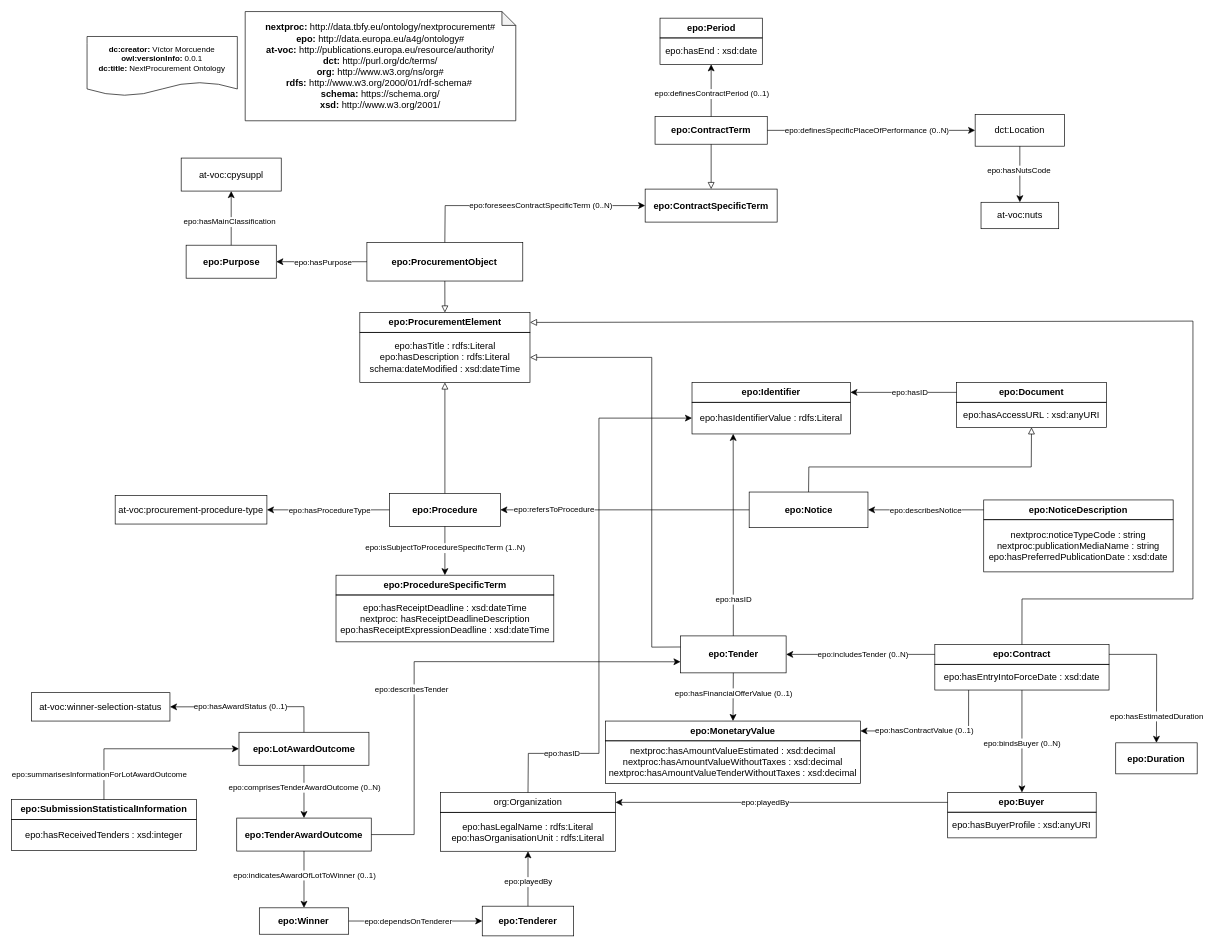
Before: Outsiders Diagram.drawio in nextprocurement/mappings, a draw.io diagram. Source tidied: cells renumbered, new cells numbered last; positions are measured from the earlier drawing's top-left corner, leaving out a move shared by most shapes. Both pictures are drawn from the tidied source at 66%, with x=0, y=0 at pixel (11, 11).
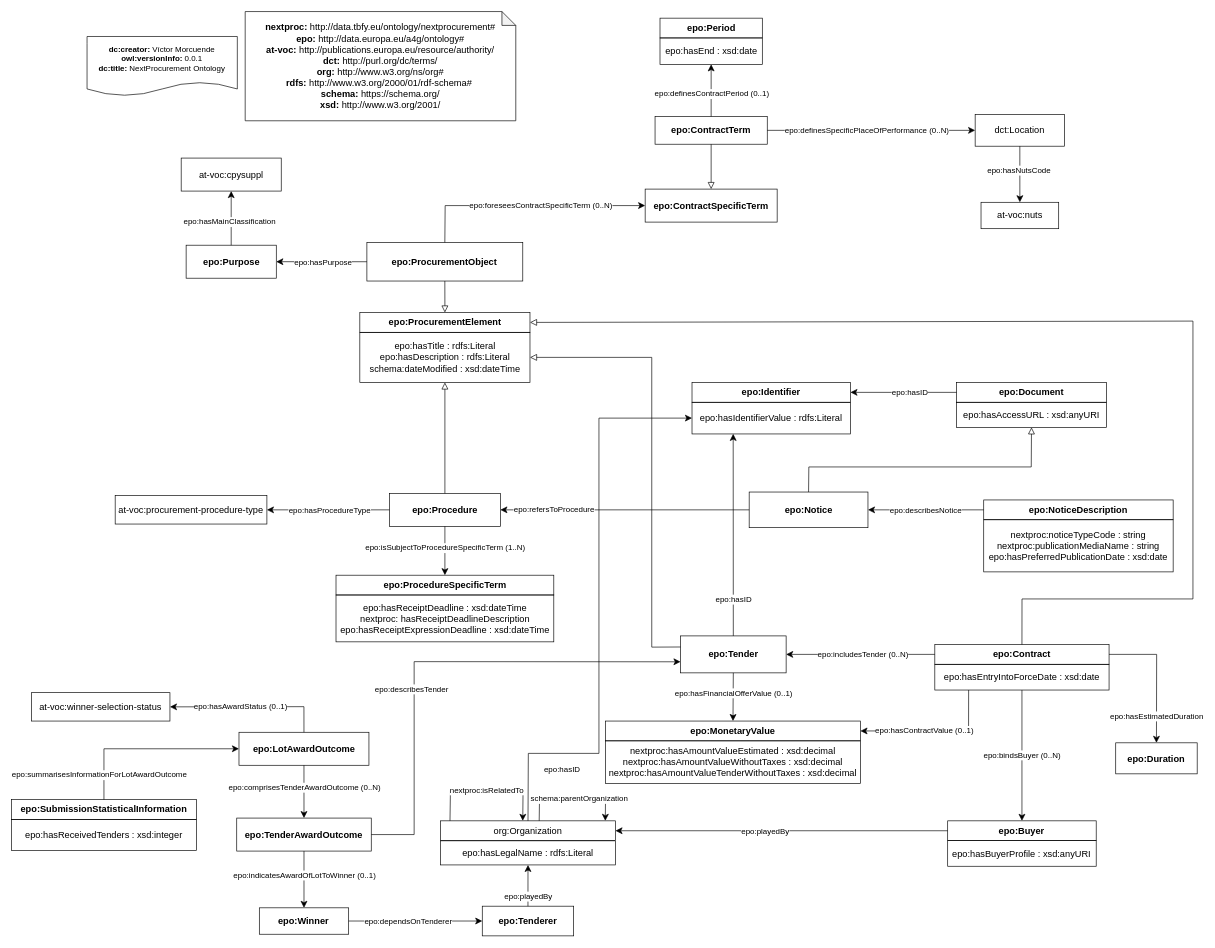
Above is the later version.

Unchanged cells that the change refers to:
```xml
<mxCell id="89" style="endArrow=classic;html=1;endSize=8;arcSize=0;rounded=0;exitX=0.5;exitY=0;exitDx=0;exitDy=0;entryX=0.5;entryY=1;entryDx=0;entryDy=0;" parent="1" edge="1" source="84" target="88">
  <mxGeometry relative="1" as="geometry" />
</mxCell>
```

Diff of the diagram source:
```diff
@@
     <mxCell id="5" value="&lt;b style=&quot;border-color: var(--border-color);&quot;&gt;epo:Buyer&lt;br&gt;&lt;/b&gt;" style="rounded=0;whiteSpace=wrap;html=1;snapToPoint=1;points=[[0.1,0],[0.2,0],[0.3,0],[0.4,0],[0.5,0],[0.6,0],[0.7,0],[0.8,0],[0.9,0],[0,0.1],[0,0.3],[0,0.5],[0,0.7],[0,0.9],[0.1,1],[0.2,1],[0.3,1],[0.4,1],[0.5,1],[0.6,1],[0.7,1],[0.8,1],[0.9,1],[1,0.1],[1,0.3],[1,0.5],[1,0.7],[1,0.9]];fontFamily=Helvetica;fontSize=14;fillColor=none;" parent="1" vertex="1">
-      <mxGeometry x="1418.4" y="1183.2" width="225" height="30" as="geometry" />
+      <mxGeometry x="1418.4" y="1226.2" width="225" height="30" as="geometry" />
     </mxCell>
     <mxCell id="6" value="&lt;span style=&quot;border-color: var(--border-color);&quot;&gt;epo:hasBuyerProfile : xsd:anyURI&lt;br&gt;&lt;/span&gt;" style="rounded=0;whiteSpace=wrap;html=1;fontFamily=Helvetica;fontSize=14;fillColor=none;" parent="1" vertex="1">
-      <mxGeometry x="1418.4" y="1213" width="225" height="39" as="geometry" />
+      <mxGeometry x="1418.4" y="1256" width="225" height="39" as="geometry" />
     </mxCell>
@@
     <mxCell id="87" value="&lt;div style=&quot;text-align: start;&quot;&gt;&lt;span style=&quot;background-color: initial;&quot;&gt;org:Organization&lt;/span&gt;&lt;/div&gt;" style="rounded=0;whiteSpace=wrap;html=1;snapToPoint=1;points=[[0.1,0],[0.2,0],[0.3,0],[0.4,0],[0.5,0],[0.6,0],[0.7,0],[0.8,0],[0.9,0],[0,0.1],[0,0.3],[0,0.5],[0,0.7],[0,0.9],[0.1,1],[0.2,1],[0.3,1],[0.4,1],[0.5,1],[0.6,1],[0.7,1],[0.8,1],[0.9,1],[1,0.1],[1,0.3],[1,0.5],[1,0.7],[1,0.9]];fontFamily=Helvetica;fontSize=14;fillColor=none;" parent="1" vertex="1">
-      <mxGeometry x="650" y="1183.2" width="265" height="30" as="geometry" />
+      <mxGeometry x="650" y="1226.2" width="265" height="30" as="geometry" />
     </mxCell>
-    <mxCell id="88" value="&lt;div style=&quot;border-color: var(--border-color);&quot;&gt;&lt;span style=&quot;background-color: initial;&quot;&gt;epo:hasLegalName :&amp;nbsp;&lt;/span&gt;&lt;span style=&quot;background-color: initial;&quot;&gt;rdfs:Literal&lt;/span&gt;&lt;/div&gt;&lt;div style=&quot;border-color: var(--border-color);&quot;&gt;&lt;span style=&quot;background-color: initial;&quot;&gt;epo:hasOrganisationUnit : rdfs:Literal&lt;/span&gt;&lt;br&gt;&lt;/div&gt;&lt;div style=&quot;border-color: var(--border-color);&quot;&gt;&lt;b style=&quot;border-color: var(--border-color);&quot;&gt;&lt;/b&gt;&lt;/div&gt;" style="rounded=0;whiteSpace=wrap;html=1;snapToPoint=1;points=[[0.1,0],[0.2,0],[0.3,0],[0.4,0],[0.5,0],[0.6,0],[0.7,0],[0.8,0],[0.9,0],[0,0.1],[0,0.3],[0,0.5],[0,0.7],[0,0.9],[0.1,1],[0.2,1],[0.3,1],[0.4,1],[0.5,1],[0.6,1],[0.7,1],[0.8,1],[0.9,1],[1,0.1],[1,0.3],[1,0.5],[1,0.7],[1,0.9]];fontFamily=Helvetica;fontSize=14;fillColor=none;" parent="1" vertex="1">
-      <mxGeometry x="650" y="1213.5" width="265" height="58.8" as="geometry" />
+    <mxCell id="88" value="&lt;div style=&quot;border-color: var(--border-color);&quot;&gt;&lt;span style=&quot;background-color: initial;&quot;&gt;epo:hasLegalName :&amp;nbsp;&lt;/span&gt;&lt;span style=&quot;background-color: initial;&quot;&gt;rdfs:Literal&lt;/span&gt;&lt;/div&gt;&lt;div style=&quot;border-color: var(--border-color);&quot;&gt;&lt;b style=&quot;border-color: var(--border-color);&quot;&gt;&lt;/b&gt;&lt;/div&gt;" style="rounded=0;whiteSpace=wrap;html=1;snapToPoint=1;points=[[0.1,0],[0.2,0],[0.3,0],[0.4,0],[0.5,0],[0.6,0],[0.7,0],[0.8,0],[0.9,0],[0,0.1],[0,0.3],[0,0.5],[0,0.7],[0,0.9],[0.1,1],[0.2,1],[0.3,1],[0.4,1],[0.5,1],[0.6,1],[0.7,1],[0.8,1],[0.9,1],[1,0.1],[1,0.3],[1,0.5],[1,0.7],[1,0.9]];fontFamily=Helvetica;fontSize=14;fillColor=none;" parent="1" vertex="1">
+      <mxGeometry x="650" y="1256.5" width="265" height="36.5" as="geometry" />
     </mxCell>
@@
     <mxCell id="90" value="epo:playedBy" style="text;html=1;align=center;verticalAlign=middle;labelBackgroundColor=#ffffff;" parent="89" vertex="1">
       <mxGeometry x="-0.13" relative="1" as="geometry">
-        <mxPoint y="-1" as="offset" />
+        <mxPoint y="12" as="offset" />
       </mxGeometry>
     </mxCell>
@@
+    <mxCell id="101" style="endArrow=classic;html=1;endSize=8;arcSize=0;rounded=0;exitX=0.054;exitY=0;exitDx=0;exitDy=0;exitPerimeter=0;entryX=0.47;entryY=0;entryDx=0;entryDy=0;entryPerimeter=0;" parent="1" edge="1" source="87" target="87">
+      <mxGeometry relative="1" as="geometry">
+        <Array as="points">
+          <mxPoint x="665" y="1180" />
+          <mxPoint x="775" y="1180" />
+        </Array>
+      </mxGeometry>
+    </mxCell>
+    <mxCell id="102" value="nextproc:isRelatedTo" style="text;html=1;align=center;verticalAlign=middle;labelBackgroundColor=#ffffff;" parent="101" vertex="1">
+      <mxGeometry x="-0.13" relative="1" as="geometry">
+        <mxPoint x="13" y="-1" as="offset" />
+      </mxGeometry>
+    </mxCell>
+    <mxCell id="103" style="endArrow=classic;html=1;endSize=8;arcSize=0;rounded=0;exitX=0.564;exitY=0;exitDx=0;exitDy=0;exitPerimeter=0;entryX=0.942;entryY=0;entryDx=0;entryDy=0;entryPerimeter=0;" parent="1" edge="1" source="87" target="87">
+      <mxGeometry relative="1" as="geometry">
+        <Array as="points">
+          <mxPoint x="800" y="1188.8" />
+          <mxPoint x="900" y="1188.8" />
+        </Array>
+      </mxGeometry>
+    </mxCell>
+    <mxCell id="104" value="schema:parentOrganization" style="text;html=1;align=center;verticalAlign=middle;labelBackgroundColor=#ffffff;" parent="103" vertex="1">
+      <mxGeometry x="-0.13" relative="1" as="geometry">
+        <mxPoint x="21" y="4" as="offset" />
+      </mxGeometry>
+    </mxCell>
```
